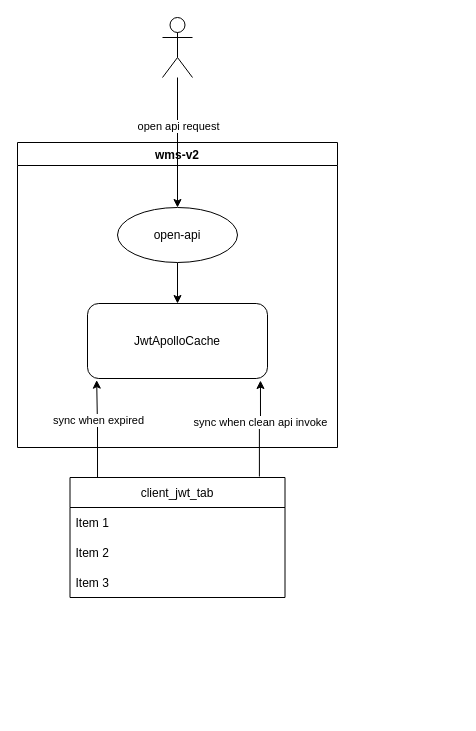
The draw.io diagram jwt-new-desc.drawio in yindongjun/drawio-2, before the edit. Source tidied: cells renumbered, new cells numbered last; positions are measured from the earlier drawing's top-left corner, leaving out a move shared by most shapes. Both pictures are drawn from the tidied source at 100%, with x=0, y=0 at pixel (17, 17).
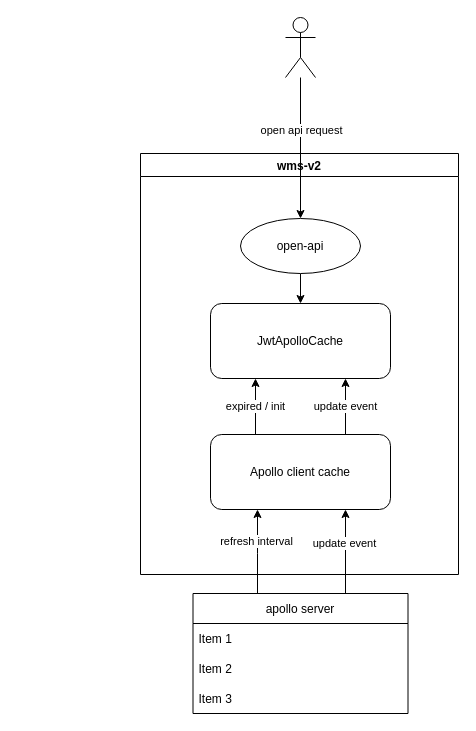
The same diagram, later.

Unchanged cells that the change refers to:
```xml
<mxCell id="5" value="open-api" style="ellipse;whiteSpace=wrap;html=1;" parent="2" vertex="1">
  <mxGeometry x="100" y="65" width="120" height="55" as="geometry" />
</mxCell>
```

The edit, as a diff of the source:
```diff
@@
     <mxCell id="2" value="wms-v2" style="swimlane;startSize=23;" parent="1" vertex="1">
-      <mxGeometry y="125" width="320" height="305" as="geometry" />
+      <mxGeometry x="123" y="136" width="318" height="421" as="geometry" />
     </mxCell>
+    <mxCell id="17" value="expired / init" style="edgeStyle=orthogonalEdgeStyle;rounded=0;jettySize=auto;html=1;exitX=0.25;exitY=0;exitDx=0;exitDy=0;entryX=0.25;entryY=1;entryDx=0;entryDy=0;" parent="2" edge="1" source="3" target="19">
+      <mxGeometry relative="1" as="geometry" />
+    </mxCell>
+    <mxCell id="18" value="update event" style="edgeStyle=orthogonalEdgeStyle;rounded=0;jettySize=auto;html=1;exitX=0.75;exitY=0;exitDx=0;exitDy=0;entryX=0.75;entryY=1;entryDx=0;entryDy=0;" parent="2" edge="1" source="3" target="19">
+      <mxGeometry relative="1" as="geometry" />
+    </mxCell>
-    <mxCell id="3" value="JwtApolloCache" style="rounded=1;whiteSpace=wrap;html=1;" parent="2" vertex="1">
-      <mxGeometry x="70" y="161" width="180" height="75" as="geometry" />
+    <mxCell id="3" value="Apollo client cache" style="rounded=1;whiteSpace=wrap;html=1;" parent="2" vertex="1">
+      <mxGeometry x="70" y="281" width="180" height="75" as="geometry" />
     </mxCell>
-    <mxCell id="4" style="edgeStyle=orthogonalEdgeStyle;rounded=0;jettySize=auto;html=1;entryX=0.5;entryY=0;entryDx=0;entryDy=0;" parent="2" edge="1" source="5" target="3">
+    <mxCell id="4" style="edgeStyle=orthogonalEdgeStyle;rounded=0;jettySize=auto;html=1;entryX=0.5;entryY=0;entryDx=0;entryDy=0;" parent="2" edge="1" source="5" target="19">
       <mxGeometry relative="1" as="geometry" />
     </mxCell>
@@
-    <mxCell id="6" style="edgeStyle=orthogonalEdgeStyle;rounded=0;jettySize=auto;html=1;exitX=0.128;exitY=0.008;exitDx=0;exitDy=0;exitPerimeter=0;entryX=0.051;entryY=1.022;entryDx=0;entryDy=0;entryPerimeter=0;" parent="1" edge="1" source="10" target="3">
-      <mxGeometry relative="1" as="geometry" />
-    </mxCell>
-    <mxCell id="7" value="sync when expired" style="edgeLabel;html=1;align=center;verticalAlign=middle;" parent="6" vertex="1">
-      <mxGeometry x="0.2" y="-1" relative="1" as="geometry" />
-    </mxCell>
-    <mxCell id="8" style="edgeStyle=orthogonalEdgeStyle;rounded=0;jettySize=auto;html=1;exitX=0.881;exitY=-0.008;exitDx=0;exitDy=0;entryX=0.961;entryY=1.027;entryDx=0;entryDy=0;entryPerimeter=0;exitPerimeter=0;" parent="1" edge="1" source="10" target="3">
-      <mxGeometry relative="1" as="geometry" />
-    </mxCell>
-    <mxCell id="9" value="sync when clean api invoke" style="edgeLabel;html=1;align=center;verticalAlign=middle;" parent="8" vertex="1">
-      <mxGeometry x="0.15" relative="1" as="geometry" />
-    </mxCell>
+    <mxCell id="19" value="JwtApolloCache" style="rounded=1;whiteSpace=wrap;html=1;" parent="2" vertex="1">
+      <mxGeometry x="70" y="150" width="180" height="75" as="geometry" />
+    </mxCell>
+    <mxCell id="20" style="edgeStyle=orthogonalEdgeStyle;rounded=0;orthogonalLoop=1;jettySize=auto;html=1;exitX=0.5;exitY=0;exitDx=0;exitDy=0;entryX=0.5;entryY=1;entryDx=0;entryDy=0;" parent="2" edge="1">
+      <mxGeometry relative="1" as="geometry">
+        <mxPoint x="117" y="440" as="sourcePoint" />
+        <mxPoint x="117" y="356" as="targetPoint" />
+        <Array as="points">
+          <mxPoint x="117" y="400" />
+          <mxPoint x="117" y="400" />
+        </Array>
+      </mxGeometry>
+    </mxCell>
+    <mxCell id="21" value="refresh interval" style="edgeLabel;html=1;align=center;verticalAlign=middle;" parent="20" vertex="1">
+      <mxGeometry x="0.27" y="2" relative="1" as="geometry" />
+    </mxCell>
-    <mxCell id="10" value="client_jwt_tab" style="swimlane;fontStyle=0;horizontal=1;startSize=30;" parent="1" vertex="1">
-      <mxGeometry x="52.5" y="460" width="215" height="120" as="geometry" />
+    <mxCell id="10" value="apollo server" style="swimlane;fontStyle=0;horizontal=1;startSize=30;" parent="1" vertex="1">
+      <mxGeometry x="175.5" y="576" width="215" height="120" as="geometry" />
     </mxCell>
@@
     <mxCell id="16" style="shape=umlActor;verticalLabelPosition=bottom;verticalAlign=top;html=1;outlineConnect=0;" parent="1" vertex="1">
-      <mxGeometry x="145" width="30" height="60" as="geometry" />
+      <mxGeometry x="268" width="30" height="60" as="geometry" />
     </mxCell>
+    <mxCell id="22" style="edgeStyle=orthogonalEdgeStyle;rounded=0;jettySize=auto;html=1;exitX=0.75;exitY=0;exitDx=0;exitDy=0;entryX=0.75;entryY=1;entryDx=0;entryDy=0;" parent="1" edge="1" source="10" target="3">
+      <mxGeometry relative="1" as="geometry">
+        <Array as="points">
+          <mxPoint x="328" y="576" />
+        </Array>
+      </mxGeometry>
+    </mxCell>
+    <mxCell id="23" value="update event" style="edgeLabel;html=1;align=center;verticalAlign=middle;" parent="22" vertex="1">
+      <mxGeometry x="0.27" y="2" relative="1" as="geometry" />
+    </mxCell>
```
